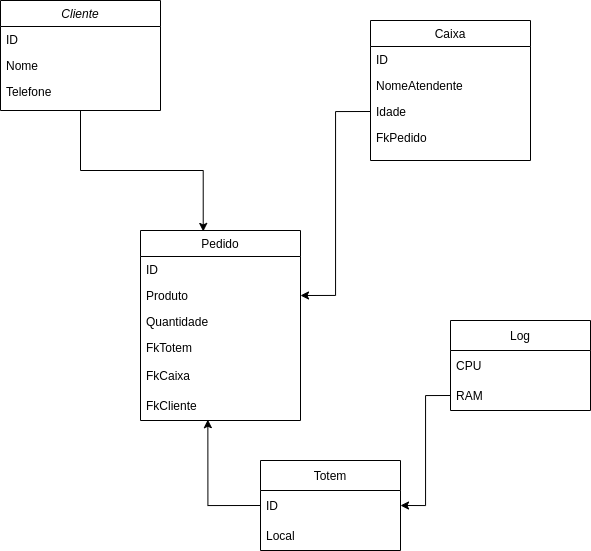
Earlier version of the draw.io export Untitled Diagram.drawio.png (MatheusSs17/SAIR-DO-GITHUB). Source tidied: cells renumbered, new cells last; positions are measured from the earlier drawing's top-left corner, leaving out a move shared by most shapes.
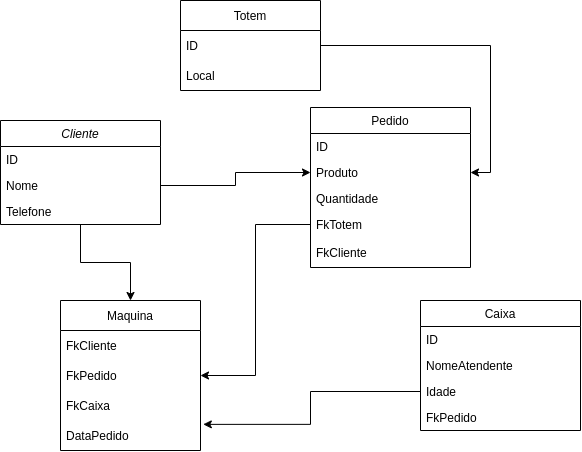
The same file after the commit.

Change to the diagram source:
```diff
@@ -2,11 +2,11 @@
   <root>
     <mxCell id="0" />
     <mxCell id="1" parent="0" />
-    <mxCell id="2" style="edgeStyle=orthogonalEdgeStyle;rounded=0;jettySize=auto;html=1;exitX=0.5;exitY=1;exitDx=0;exitDy=0;entryX=0.392;entryY=0.005;entryDx=0;entryDy=0;entryPerimeter=0;startArrow=none;startFill=0;endArrow=classic;endFill=1;strokeColor=#000000;" parent="1" edge="1" source="3" target="7">
-      <mxGeometry relative="1" as="geometry" />
-    </mxCell>
+    <mxCell id="28" style="edgeStyle=orthogonalEdgeStyle;rounded=0;jettySize=auto;html=1;exitX=0.5;exitY=1;exitDx=0;exitDy=0;startArrow=none;startFill=0;endArrow=classic;endFill=1;strokeColor=#000000;" parent="1" edge="1" source="3" target="30">
+      <mxGeometry relative="1" as="geometry" />
+    </mxCell>
     <mxCell id="3" value="Cliente" style="swimlane;fontStyle=2;align=center;verticalAlign=top;horizontal=1;startSize=26;rounded=0;shadow=0;strokeWidth=1;" parent="1" vertex="1">
-      <mxGeometry width="160" height="110" as="geometry" />
+      <mxGeometry x="-50" y="110" width="160" height="104" as="geometry" />
     </mxCell>
     <mxCell id="4" value="ID" style="text;align=left;verticalAlign=top;spacingLeft=4;spacingRight=4;overflow=hidden;" parent="3" vertex="1">
       <mxGeometry y="26" width="160" height="26" as="geometry" />
@@ -18,7 +18,7 @@
       <mxGeometry y="78" width="160" height="26" as="geometry" />
     </mxCell>
     <mxCell id="7" value="Pedido" style="swimlane;fontStyle=0;align=center;verticalAlign=top;horizontal=1;startSize=26;rounded=0;shadow=0;strokeWidth=1;" parent="1" vertex="1">
-      <mxGeometry x="140" y="230" width="160" height="190" as="geometry" />
+      <mxGeometry x="260" y="97" width="160" height="160" as="geometry" />
     </mxCell>
     <mxCell id="8" value="ID" style="text;align=left;verticalAlign=top;spacingLeft=4;spacingRight=4;overflow=hidden;" parent="7" vertex="1">
       <mxGeometry y="26" width="160" height="26" as="geometry" />
@@ -32,14 +32,11 @@
     <mxCell id="11" value="FkTotem" style="text;align=left;verticalAlign=top;spacingLeft=4;spacingRight=4;overflow=hidden;points=[[0,0.5],[1,0.5]];portConstraint=eastwest;" parent="7" vertex="1">
       <mxGeometry y="104" width="160" height="26" as="geometry" />
     </mxCell>
-    <mxCell id="12" value="FkCaixa" style="text;strokeColor=none;fillColor=none;align=left;verticalAlign=middle;spacingLeft=4;spacingRight=4;overflow=hidden;points=[[0,0.5],[1,0.5]];portConstraint=eastwest;" parent="7" vertex="1">
-      <mxGeometry y="130" width="160" height="30" as="geometry" />
-    </mxCell>
-    <mxCell id="13" value="FkCliente" style="text;strokeColor=none;fillColor=none;align=left;verticalAlign=middle;spacingLeft=4;spacingRight=4;overflow=hidden;points=[[0,0.5],[1,0.5]];portConstraint=eastwest;" parent="7" vertex="1">
-      <mxGeometry y="160" width="160" height="30" as="geometry" />
-    </mxCell>
+    <mxCell id="29" value="FkCliente" style="text;strokeColor=none;fillColor=none;align=left;verticalAlign=middle;spacingLeft=4;spacingRight=4;overflow=hidden;" parent="7" vertex="1">
+      <mxGeometry y="130" width="160" height="30" as="geometry" />
+    </mxCell>
     <mxCell id="14" value="Caixa" style="swimlane;fontStyle=0;align=center;verticalAlign=top;horizontal=1;startSize=26;rounded=0;shadow=0;strokeWidth=1;" parent="1" vertex="1">
-      <mxGeometry x="370" y="20" width="160" height="140" as="geometry" />
+      <mxGeometry x="370" y="290" width="160" height="130" as="geometry" />
     </mxCell>
     <mxCell id="15" value="ID" style="text;align=left;verticalAlign=top;spacingLeft=4;spacingRight=4;overflow=hidden;" parent="14" vertex="1">
       <mxGeometry y="26" width="160" height="26" as="geometry" />
@@ -53,11 +50,29 @@
     <mxCell id="18" value="FkPedido" style="text;align=left;verticalAlign=top;spacingLeft=4;spacingRight=4;overflow=hidden;rounded=0;shadow=0;html=0;" parent="14" vertex="1">
       <mxGeometry y="104" width="160" height="26" as="geometry" />
     </mxCell>
+    <mxCell id="30" value="Maquina" style="swimlane;fontStyle=0;horizontal=1;startSize=30;" parent="1" vertex="1">
+      <mxGeometry x="10" y="290" width="140" height="150" as="geometry" />
+    </mxCell>
+    <mxCell id="13" value="FkCliente" style="text;strokeColor=none;fillColor=none;align=left;verticalAlign=middle;spacingLeft=4;spacingRight=4;overflow=hidden;points=[[0,0.5],[1,0.5]];portConstraint=eastwest;" parent="30" vertex="1">
+      <mxGeometry y="30" width="140" height="30" as="geometry" />
+    </mxCell>
+    <mxCell id="31" value="FkPedido" style="text;strokeColor=none;fillColor=none;align=left;verticalAlign=middle;spacingLeft=4;spacingRight=4;overflow=hidden;points=[[0,0.5],[1,0.5]];portConstraint=eastwest;" parent="30" vertex="1">
+      <mxGeometry y="60" width="140" height="30" as="geometry" />
+    </mxCell>
+    <mxCell id="12" value="FkCaixa" style="text;strokeColor=none;fillColor=none;align=left;verticalAlign=middle;spacingLeft=4;spacingRight=4;overflow=hidden;points=[[0,0.5],[1,0.5]];portConstraint=eastwest;" parent="30" vertex="1">
+      <mxGeometry y="90" width="140" height="30" as="geometry" />
+    </mxCell>
+    <mxCell id="32" value="DataPedido" style="text;strokeColor=none;fillColor=none;align=left;verticalAlign=middle;spacingLeft=4;spacingRight=4;overflow=hidden;" parent="30" vertex="1">
+      <mxGeometry y="120" width="140" height="30" as="geometry" />
+    </mxCell>
+    <mxCell id="33" style="edgeStyle=orthogonalEdgeStyle;rounded=0;jettySize=auto;html=1;exitX=0;exitY=0.5;exitDx=0;exitDy=0;entryX=1;entryY=0.5;entryDx=0;entryDy=0;startArrow=none;startFill=0;endArrow=classic;endFill=1;strokeColor=#000000;" parent="1" edge="1" source="11" target="31">
+      <mxGeometry relative="1" as="geometry" />
+    </mxCell>
-    <mxCell id="19" style="edgeStyle=orthogonalEdgeStyle;rounded=0;jettySize=auto;html=1;exitX=0;exitY=0.5;exitDx=0;exitDy=0;entryX=1;entryY=0.5;entryDx=0;entryDy=0;startArrow=none;startFill=0;endArrow=classic;endFill=1;strokeColor=#000000;" parent="1" edge="1" source="17" target="9">
+    <mxCell id="19" style="edgeStyle=orthogonalEdgeStyle;rounded=0;jettySize=auto;html=1;exitX=0;exitY=0.5;exitDx=0;exitDy=0;entryX=1.02;entryY=1.129;entryDx=0;entryDy=0;startArrow=none;startFill=0;endArrow=classic;endFill=1;strokeColor=#000000;entryPerimeter=0;" parent="1" edge="1" source="17" target="12">
       <mxGeometry relative="1" as="geometry" />
     </mxCell>
     <mxCell id="20" value="Totem" style="swimlane;fontStyle=0;horizontal=1;startSize=30;" parent="1" vertex="1">
-      <mxGeometry x="260" y="460" width="140" height="90" as="geometry" />
+      <mxGeometry x="130" y="-10" width="140" height="90" as="geometry" />
     </mxCell>
     <mxCell id="21" value="ID" style="text;strokeColor=none;fillColor=none;align=left;verticalAlign=middle;spacingLeft=4;spacingRight=4;overflow=hidden;points=[[0,0.5],[1,0.5]];portConstraint=eastwest;" parent="20" vertex="1">
       <mxGeometry y="30" width="140" height="30" as="geometry" />
@@ -65,20 +80,11 @@
     <mxCell id="22" value="Local" style="text;strokeColor=none;fillColor=none;align=left;verticalAlign=middle;spacingLeft=4;spacingRight=4;overflow=hidden;" parent="20" vertex="1">
       <mxGeometry y="60" width="140" height="30" as="geometry" />
     </mxCell>
-    <mxCell id="23" style="edgeStyle=orthogonalEdgeStyle;rounded=0;jettySize=auto;html=1;exitX=0;exitY=0.5;exitDx=0;exitDy=0;startArrow=none;startFill=0;endArrow=classic;endFill=1;strokeColor=#000000;entryX=0.421;entryY=0.973;entryDx=0;entryDy=0;entryPerimeter=0;" parent="1" edge="1" source="21" target="13">
-      <mxGeometry relative="1" as="geometry" />
-    </mxCell>
-    <mxCell id="24" value="Log" style="swimlane;fontStyle=0;horizontal=1;startSize=30;fillColor=none;gradientColor=none;" parent="1" vertex="1">
-      <mxGeometry x="450" y="320" width="140" height="90" as="geometry" />
-    </mxCell>
-    <mxCell id="25" value="CPU" style="text;strokeColor=none;fillColor=none;align=left;verticalAlign=middle;spacingLeft=4;spacingRight=4;overflow=hidden;" parent="24" vertex="1">
-      <mxGeometry y="30" width="140" height="30" as="geometry" />
-    </mxCell>
-    <mxCell id="26" value="RAM" style="text;strokeColor=none;fillColor=none;align=left;verticalAlign=middle;spacingLeft=4;spacingRight=4;overflow=hidden;points=[[0,0.5],[1,0.5]];portConstraint=eastwest;" parent="24" vertex="1">
-      <mxGeometry y="60" width="140" height="30" as="geometry" />
-    </mxCell>
-    <mxCell id="27" style="edgeStyle=orthogonalEdgeStyle;rounded=0;jettySize=auto;html=1;exitX=0;exitY=0.5;exitDx=0;exitDy=0;entryX=1;entryY=0.5;entryDx=0;entryDy=0;startArrow=none;startFill=0;endArrow=classic;endFill=1;strokeColor=#000000;" parent="1" edge="1" source="26" target="21">
-      <mxGeometry relative="1" as="geometry" />
-    </mxCell>
+    <mxCell id="34" style="edgeStyle=orthogonalEdgeStyle;rounded=0;jettySize=auto;html=1;exitX=1;exitY=0.5;exitDx=0;exitDy=0;entryX=1;entryY=0.5;entryDx=0;entryDy=0;startArrow=classic;startFill=1;endArrow=none;endFill=0;strokeColor=#000000;" parent="1" edge="1" source="9" target="21">
+      <mxGeometry relative="1" as="geometry" />
+    </mxCell>
+    <mxCell id="35" style="edgeStyle=orthogonalEdgeStyle;rounded=0;jettySize=auto;html=1;exitX=1;exitY=0.5;exitDx=0;exitDy=0;entryX=0;entryY=0.5;entryDx=0;entryDy=0;startArrow=none;startFill=0;endArrow=classic;endFill=1;strokeColor=#000000;" parent="1" edge="1" source="5" target="9">
+      <mxGeometry relative="1" as="geometry" />
+    </mxCell>
   </root>
 </mxGraphModel>
```
